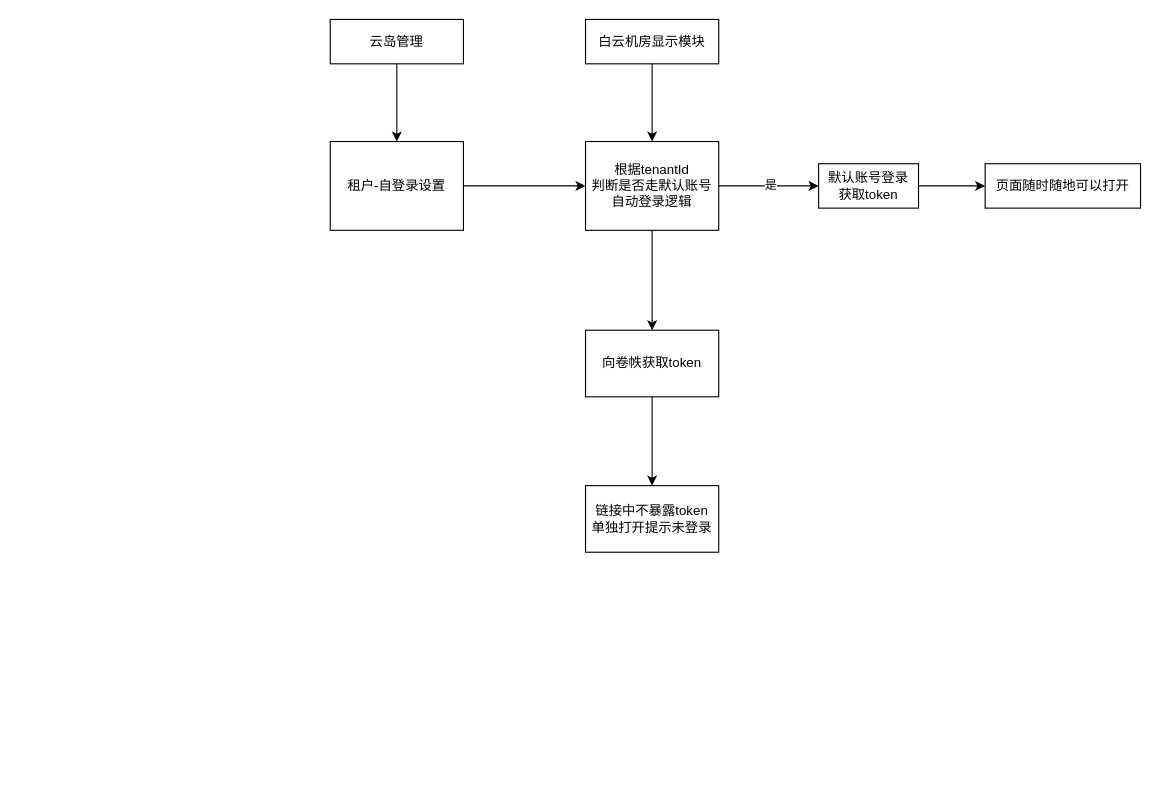
This is 未命名绘图.drawio from baiyigujiu/lesson2, a draw.io file, before an edit. Source tidied: cells renumbered, new cells numbered last; positions are measured from the earlier drawing's top-left corner, leaving out a move shared by most shapes. Both pictures are drawn from the tidied source at 111%, with x=0, y=0 at pixel (330, 19).
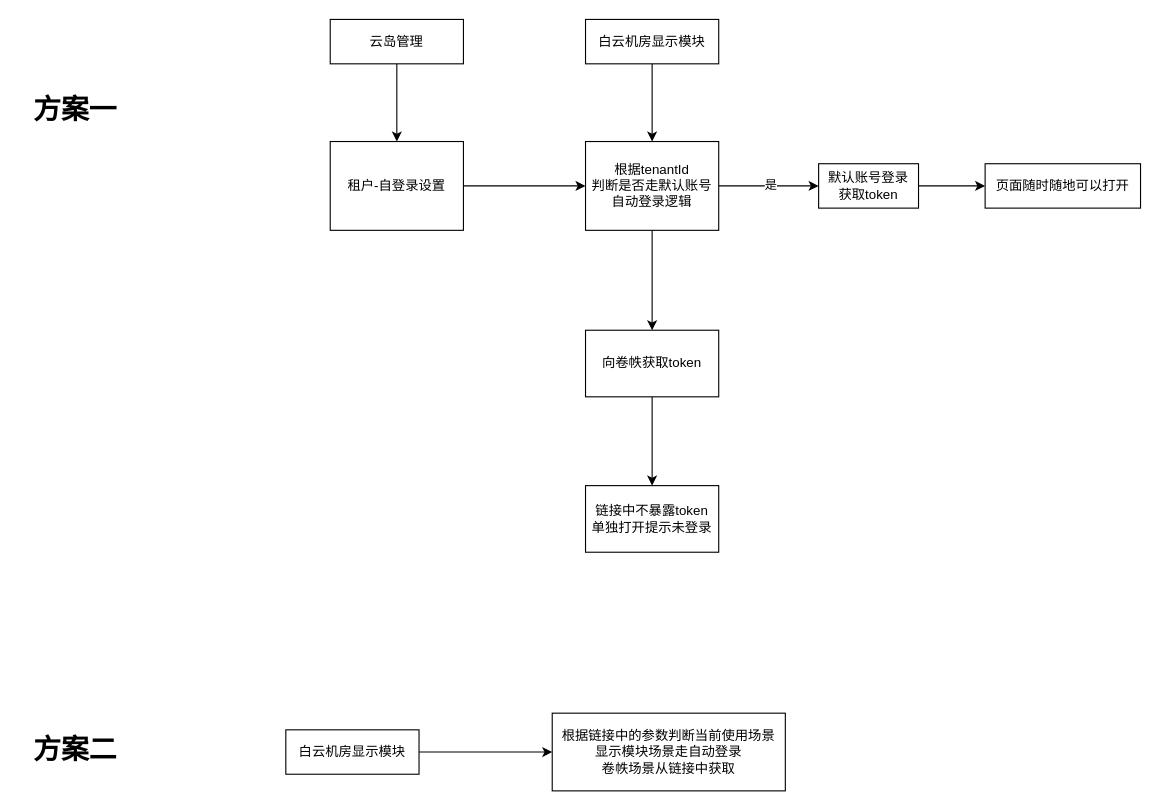
After the change.

Commit message:
更新未命名绘图.drawio

What changed in the source:
```diff
@@
+    <mxCell id="18" value="&lt;div style=&quot;line-height: 200%;&quot;&gt;&lt;b&gt;&lt;font style=&quot;font-size: 25px;&quot;&gt;方案一&lt;/font&gt;&lt;/b&gt;&lt;/div&gt;" style="text;html=1;align=center;verticalAlign=middle;strokeColor=none;fillColor=none;" parent="1" vertex="1">
+      <mxGeometry x="-280" y="63" width="100" height="40" as="geometry" />
+    </mxCell>
+    <mxCell id="19" value="&lt;div style=&quot;line-height: 200%;&quot;&gt;&lt;b&gt;&lt;font style=&quot;font-size: 25px;&quot;&gt;方案二&lt;/font&gt;&lt;/b&gt;&lt;/div&gt;" style="text;html=1;align=center;verticalAlign=middle;strokeColor=none;fillColor=none;" parent="1" vertex="1">
+      <mxGeometry x="-280" y="640" width="100" height="40" as="geometry" />
+    </mxCell>
+    <mxCell id="20" style="edgeStyle=orthogonalEdgeStyle;rounded=0;jettySize=auto;html=1;" parent="1" edge="1" source="21" target="22">
+      <mxGeometry relative="1" as="geometry" />
+    </mxCell>
+    <mxCell id="21" value="白云机房显示模块" style="rounded=0;whiteSpace=wrap;html=1;" parent="1" vertex="1">
+      <mxGeometry x="-40" y="640" width="120" height="40" as="geometry" />
+    </mxCell>
+    <mxCell id="22" value="根据链接中的参数判断当前使用场景&lt;br&gt;显示模块场景走自动登录&lt;br&gt;卷帙场景从链接中获取" style="whiteSpace=wrap;html=1;rounded=0;" parent="1" vertex="1">
+      <mxGeometry x="200" y="625" width="210" height="70" as="geometry" />
+    </mxCell>
```
